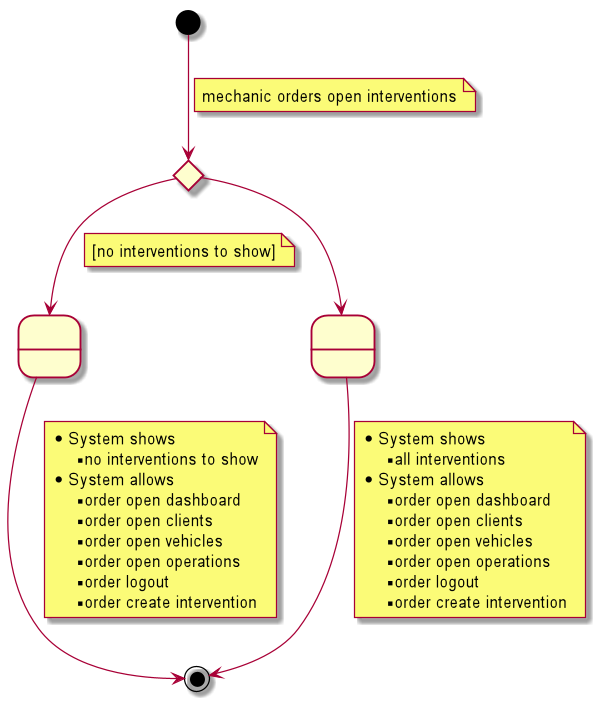
Ruskab/agrimManager keeps this PlantUML diagram as documentation/1requiremets/usecases_specification/png/openInterventions.png. Above is the earlier version. Source of this version:
```plantuml
@startuml

state 1 <<choice>>
state 2 as " "
state 4 as " "

[*] --> 1
note on link
    mechanic orders open interventions
end note

1 --> 2
note on link
    [no interventions to show]
end note

1 --> 4

4 --> [*]
note on link
    * System shows
    ** all interventions
    * System allows
    ** order open dashboard
    ** order open clients
    ** order open vehicles
    ** order open operations
    ** order logout
    ** order create intervention
end note

2 --> [*]
note on link
    * System shows
    ** no interventions to show
    * System allows
    ** order open dashboard
    ** order open clients
    ** order open vehicles
    ** order open operations
    ** order logout
    ** order create intervention
end note

@enduml
```
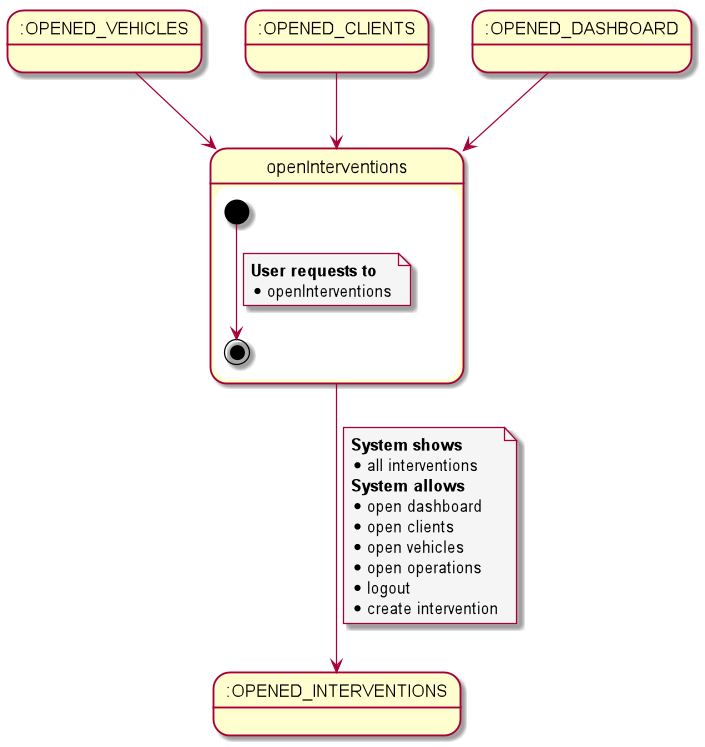
Later version of the same file.

The edit, as a diff of the source:
```diff
@@ -1,45 +1,37 @@
 @startuml
+skinparam {
+        NoteBackgroundColor #whiteSmoke
+}
 
-state 1 <<choice>>
-state 2 as " "
-state 4 as " "
+state startState1 as ":OPENED_VEHICLES"
+state startState2 as ":OPENED_CLIENTS"
+state startState3 as ":OPENED_DASHBOARD"
+state endState as ":OPENED_INTERVENTIONS"
 
-[*] --> 1
+startState1 --> openInterventions
+startState2 --> openInterventions
+startState3 --> openInterventions
+
+state openInterventions {
+    [*] --> [*]
+    note on link
+    <b>User requests to</b>
+    * openInterventions
+    end note
+
+}
+
+openInterventions --> endState
 note on link
-    mechanic orders open interventions
-end note
-
-1 --> 2
-note on link
-    [no interventions to show]
-end note
-
-1 --> 4
-
-4 --> [*]
-note on link
-    * System shows
-    ** all interventions
-    * System allows
-    ** order open dashboard
-    ** order open clients
-    ** order open vehicles
-    ** order open operations
-    ** order logout
-    ** order create intervention
-end note
-
-2 --> [*]
-note on link
-    * System shows
-    ** no interventions to show
-    * System allows
-    ** order open dashboard
-    ** order open clients
-    ** order open vehicles
-    ** order open operations
-    ** order logout
-    ** order create intervention
+<b>System shows
+* all interventions
+<b>System allows
+* open dashboard
+* open clients
+* open vehicles
+* open operations
+* logout
+* create intervention
 end note
 
 @enduml
```
